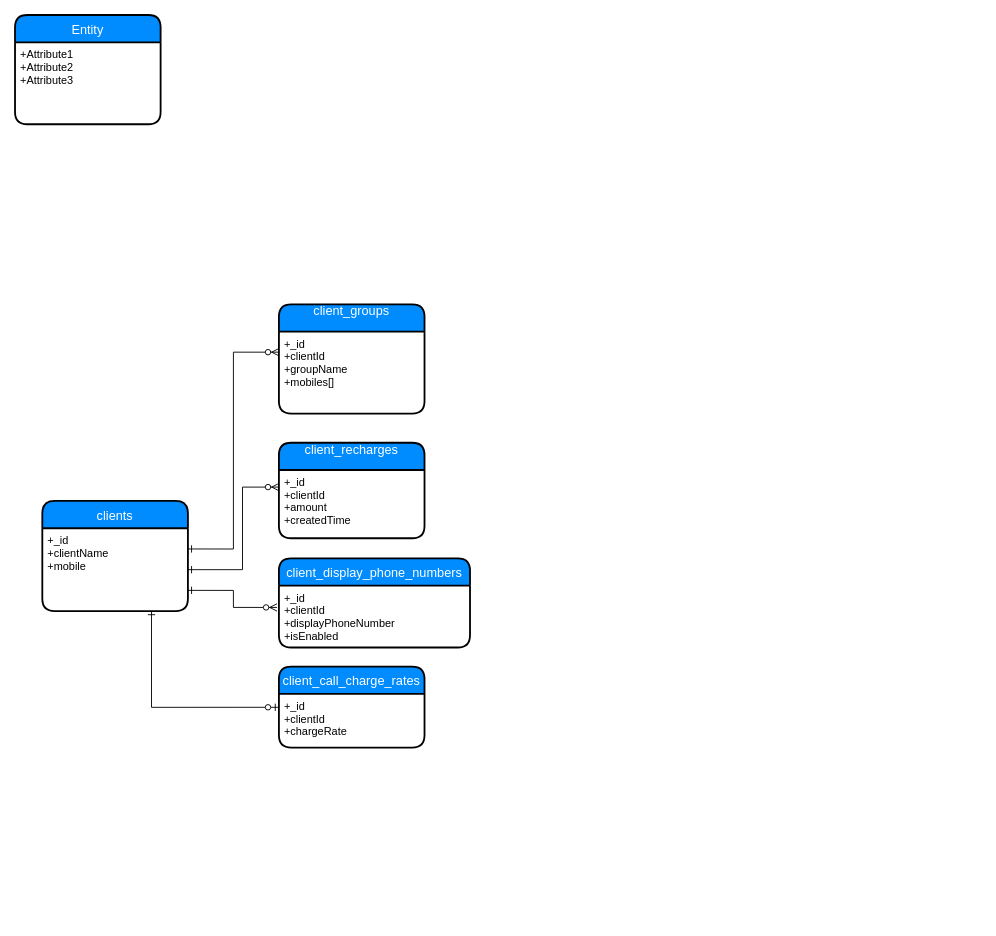
Earlier version of the draw.io diagram Abcpen-Call.drawio (chris-peng-1244/draw.io). Source tidied: cells renumbered, new cells numbered last; positions are measured from the earlier drawing's top-left corner, leaving out a move shared by most shapes. Both pictures are drawn from the tidied source at 91%, with x=0, y=0 at pixel (15, 15).
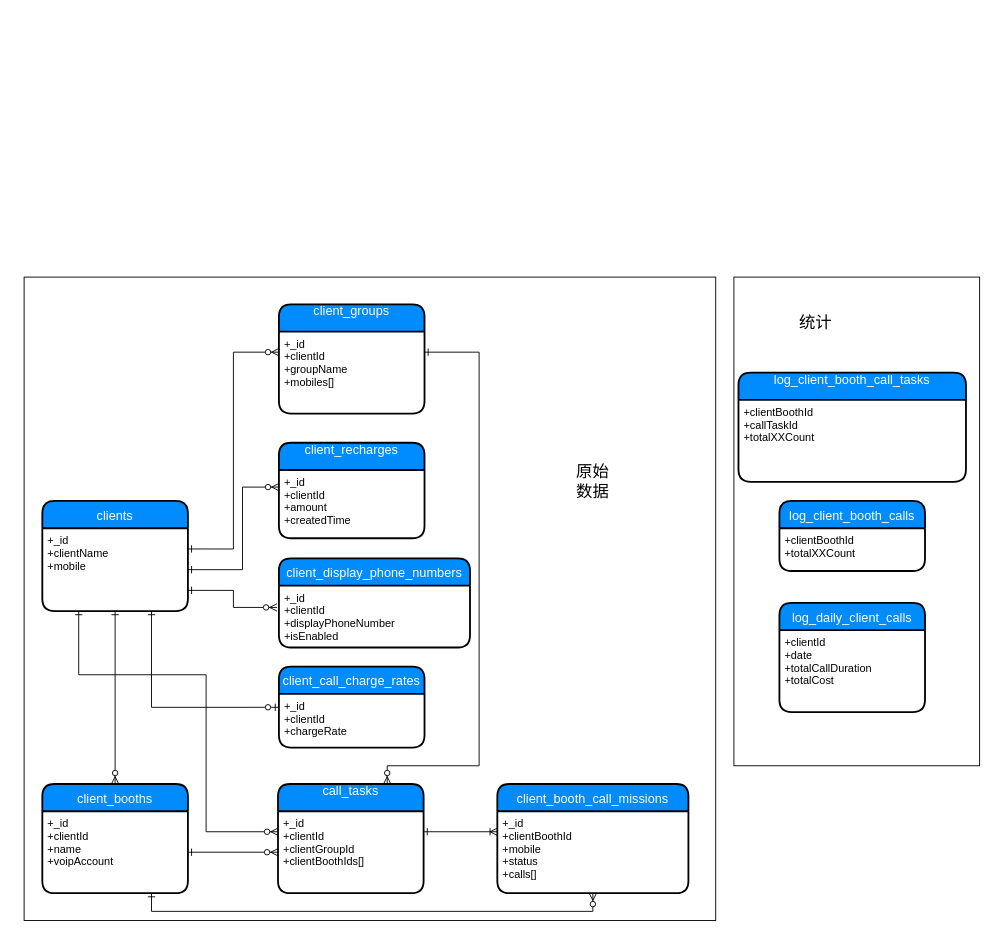
The same page after the edit.

Unchanged cells that the change refers to:
```xml
<mxCell id="3" value="+_id&#10;+clientId&#10;+groupName&#10;+mobiles[]&#10;" style="align=left;strokeColor=none;fillColor=none;spacingLeft=4;fontSize=12;verticalAlign=top;" parent="2" vertex="1">
  <mxGeometry y="30" width="160" height="90" as="geometry" />
</mxCell>
<mxCell id="4" value="clients" style="swimlane;horizontal=1;startSize=30;fillColor=#008cff;fontColor=#FFFFFF;rounded=1;fontSize=14;fontStyle=0;strokeWidth=2;shadow=0;dashed=0;align=center;" parent="1" vertex="1">
  <mxGeometry x="30" y="534" width="160" height="121" as="geometry" />
</mxCell>
<mxCell id="5" value="+_id&#10;+clientName&#10;+mobile" style="align=left;strokeColor=none;fillColor=none;spacingLeft=4;fontSize=12;verticalAlign=top;" parent="4" vertex="1">
  <mxGeometry y="30" width="160" height="91" as="geometry" />
</mxCell>
```

Diff of the diagram source:
```diff
@@
-    <mxCell id="6" style="edgeStyle=orthogonalEdgeStyle;rounded=0;orthogonalLoop=1;jettySize=auto;html=1;exitX=0.5;exitY=1;exitDx=0;exitDy=0;" parent="4" edge="1" source="5" target="5">
-      <mxGeometry relative="1" as="geometry" />
-    </mxCell>
-    <mxCell id="7" value="Entity" style="swimlane;horizontal=1;startSize=30;fillColor=#008cff;fontColor=#FFFFFF;rounded=1;fontSize=14;fontStyle=0;strokeWidth=2;shadow=0;dashed=0;align=center;" parent="1" vertex="1">
-      <mxGeometry width="160" height="120" as="geometry" />
-    </mxCell>
-    <mxCell id="8" value="+Attribute1&#10;+Attribute2&#10;+Attribute3" style="align=left;strokeColor=none;fillColor=none;spacingLeft=4;fontSize=12;verticalAlign=top;" parent="7" vertex="1">
-      <mxGeometry y="30" width="160" height="90" as="geometry" />
-    </mxCell>
@@
+    <mxCell id="19" style="edgeStyle=orthogonalEdgeStyle;rounded=0;jettySize=auto;html=1;exitX=0.5;exitY=0;exitDx=0;exitDy=0;startArrow=ERzeroToMany;startFill=1;endArrow=ERone;endFill=0;" parent="1" edge="1" source="20" target="5">
+      <mxGeometry relative="1" as="geometry" />
+    </mxCell>
+    <mxCell id="20" value="client_booths" style="swimlane;horizontal=1;startSize=30;fillColor=#008cff;fontColor=#FFFFFF;rounded=1;fontSize=14;fontStyle=0;strokeWidth=2;shadow=0;dashed=0;align=center;" parent="1" vertex="1">
+      <mxGeometry x="30" y="845" width="160" height="120" as="geometry" />
+    </mxCell>
+    <mxCell id="21" value="+_id&#10;+clientId&#10;+name&#10;+voipAccount&#10;" style="align=left;strokeColor=none;fillColor=none;spacingLeft=4;fontSize=12;verticalAlign=top;" parent="20" vertex="1">
+      <mxGeometry y="30" width="160" height="90" as="geometry" />
+    </mxCell>
+    <mxCell id="22" style="edgeStyle=orthogonalEdgeStyle;rounded=0;jettySize=auto;html=1;exitX=0.75;exitY=0;exitDx=0;exitDy=0;entryX=1;entryY=0.25;entryDx=0;entryDy=0;startArrow=ERzeroToMany;startFill=1;endArrow=ERone;endFill=0;" parent="1" edge="1" source="23" target="3">
+      <mxGeometry relative="1" as="geometry">
+        <Array as="points">
+          <mxPoint x="409" y="825" />
+          <mxPoint x="510" y="825" />
+          <mxPoint x="510" y="371" />
+        </Array>
+      </mxGeometry>
+    </mxCell>
+    <mxCell id="23" value="call_tasks&#10;" style="swimlane;horizontal=1;startSize=30;fillColor=#008cff;fontColor=#FFFFFF;rounded=1;fontSize=14;fontStyle=0;strokeWidth=2;shadow=0;dashed=0;align=center;" parent="1" vertex="1">
+      <mxGeometry x="289" y="845" width="160" height="120" as="geometry" />
+    </mxCell>
+    <mxCell id="24" value="+_id&#10;+clientId&#10;+clientGroupId&#10;+clientBoothIds[]&#10;" style="align=left;strokeColor=none;fillColor=none;spacingLeft=4;fontSize=12;verticalAlign=top;" parent="23" vertex="1">
+      <mxGeometry y="30" width="160" height="90" as="geometry" />
+    </mxCell>
+    <mxCell id="25" style="edgeStyle=orthogonalEdgeStyle;rounded=0;jettySize=auto;html=1;exitX=0;exitY=0.5;exitDx=0;exitDy=0;entryX=1;entryY=0.5;entryDx=0;entryDy=0;startArrow=ERzeroToMany;startFill=1;endArrow=ERone;endFill=0;" parent="1" edge="1" source="24" target="21">
+      <mxGeometry relative="1" as="geometry" />
+    </mxCell>
+    <mxCell id="26" style="edgeStyle=orthogonalEdgeStyle;rounded=0;jettySize=auto;html=1;exitX=0.25;exitY=1;exitDx=0;exitDy=0;entryX=0;entryY=0.25;entryDx=0;entryDy=0;startArrow=ERone;startFill=0;endArrow=ERzeroToMany;endFill=1;" parent="1" edge="1" source="5" target="24">
+      <mxGeometry relative="1" as="geometry">
+        <Array as="points">
+          <mxPoint x="70" y="725" />
+          <mxPoint x="210" y="725" />
+          <mxPoint x="210" y="897" />
+        </Array>
+      </mxGeometry>
+    </mxCell>
+    <mxCell id="27" value="client_booth_call_missions" style="swimlane;horizontal=1;startSize=30;fillColor=#008cff;fontColor=#FFFFFF;rounded=1;fontSize=14;fontStyle=0;strokeWidth=2;shadow=0;dashed=0;align=center;" parent="1" vertex="1">
+      <mxGeometry x="530" y="845" width="210" height="120" as="geometry" />
+    </mxCell>
+    <mxCell id="28" value="+_id&#10;+clientBoothId&#10;+mobile&#10;+status&#10;+calls[]&#10;" style="align=left;strokeColor=none;fillColor=none;spacingLeft=4;fontSize=12;verticalAlign=top;" parent="27" vertex="1">
+      <mxGeometry y="30" width="210" height="90" as="geometry" />
+    </mxCell>
+    <mxCell id="29" style="edgeStyle=orthogonalEdgeStyle;rounded=0;jettySize=auto;html=1;exitX=1;exitY=0.25;exitDx=0;exitDy=0;entryX=0;entryY=0.25;entryDx=0;entryDy=0;startArrow=ERone;startFill=0;endArrow=ERoneToMany;endFill=0;" parent="1" edge="1" source="24" target="28">
+      <mxGeometry relative="1" as="geometry" />
+    </mxCell>
+    <mxCell id="30" style="edgeStyle=orthogonalEdgeStyle;rounded=0;jettySize=auto;html=1;exitX=0.75;exitY=1;exitDx=0;exitDy=0;entryX=0.5;entryY=1;entryDx=0;entryDy=0;startArrow=ERone;startFill=0;endArrow=ERzeroToMany;endFill=1;" parent="1" edge="1" source="21" target="28">
+      <mxGeometry relative="1" as="geometry" />
+    </mxCell>
+    <mxCell id="31" style="rounded=0;whiteSpace=wrap;html=1;fillColor=none;" parent="1" vertex="1">
+      <mxGeometry x="10" y="288" width="760" height="707" as="geometry" />
+    </mxCell>
+    <mxCell id="32" value="log_daily_client_calls" style="swimlane;horizontal=1;startSize=30;fillColor=#008cff;fontColor=#FFFFFF;rounded=1;fontSize=14;fontStyle=0;strokeWidth=2;shadow=0;dashed=0;align=center;" parent="1" vertex="1">
+      <mxGeometry x="840" y="646" width="160" height="120" as="geometry" />
+    </mxCell>
+    <mxCell id="33" value="+clientId&#10;+date&#10;+totalCallDuration&#10;+totalCost&#10;" style="align=left;strokeColor=none;fillColor=none;spacingLeft=4;fontSize=12;verticalAlign=top;" parent="32" vertex="1">
+      <mxGeometry y="30" width="160" height="90" as="geometry" />
+    </mxCell>
+    <mxCell id="34" value="log_client_booth_calls" style="swimlane;horizontal=1;startSize=30;fillColor=#008cff;fontColor=#FFFFFF;rounded=1;fontSize=14;fontStyle=0;strokeWidth=2;shadow=0;dashed=0;align=center;" parent="1" vertex="1">
+      <mxGeometry x="840" y="534" width="160" height="77" as="geometry" />
+    </mxCell>
+    <mxCell id="35" value="+clientBoothId&#10;+totalXXCount&#10;" style="align=left;strokeColor=none;fillColor=none;spacingLeft=4;fontSize=12;verticalAlign=top;" parent="34" vertex="1">
+      <mxGeometry y="30" width="160" height="47" as="geometry" />
+    </mxCell>
+    <mxCell id="36" value="log_client_booth_call_tasks&#10;" style="swimlane;horizontal=1;startSize=30;fillColor=#008cff;fontColor=#FFFFFF;rounded=1;fontSize=14;fontStyle=0;strokeWidth=2;shadow=0;dashed=0;align=center;" parent="1" vertex="1">
+      <mxGeometry x="795" y="393" width="250" height="120" as="geometry" />
+    </mxCell>
+    <mxCell id="37" value="+clientBoothId&#10;+callTaskId&#10;+totalXXCount" style="align=left;strokeColor=none;fillColor=none;spacingLeft=4;fontSize=12;verticalAlign=top;" parent="36" vertex="1">
+      <mxGeometry y="30" width="250" height="90" as="geometry" />
+    </mxCell>
+    <mxCell id="38" value="原始数据" style="text;html=1;strokeColor=none;fillColor=none;align=center;verticalAlign=middle;whiteSpace=wrap;rounded=0;fontSize=18;" parent="1" vertex="1">
+      <mxGeometry x="615" y="503" width="40" height="20" as="geometry" />
+    </mxCell>
+    <mxCell id="39" style="rounded=0;whiteSpace=wrap;html=1;fillColor=none;" parent="1" vertex="1">
+      <mxGeometry x="790" y="288" width="270" height="537" as="geometry" />
+    </mxCell>
+    <mxCell id="40" value="统计" style="text;html=1;strokeColor=none;fillColor=none;align=center;verticalAlign=middle;whiteSpace=wrap;rounded=0;fontSize=18;" parent="1" vertex="1">
+      <mxGeometry x="860" y="328" width="40" height="20" as="geometry" />
+    </mxCell>
```
